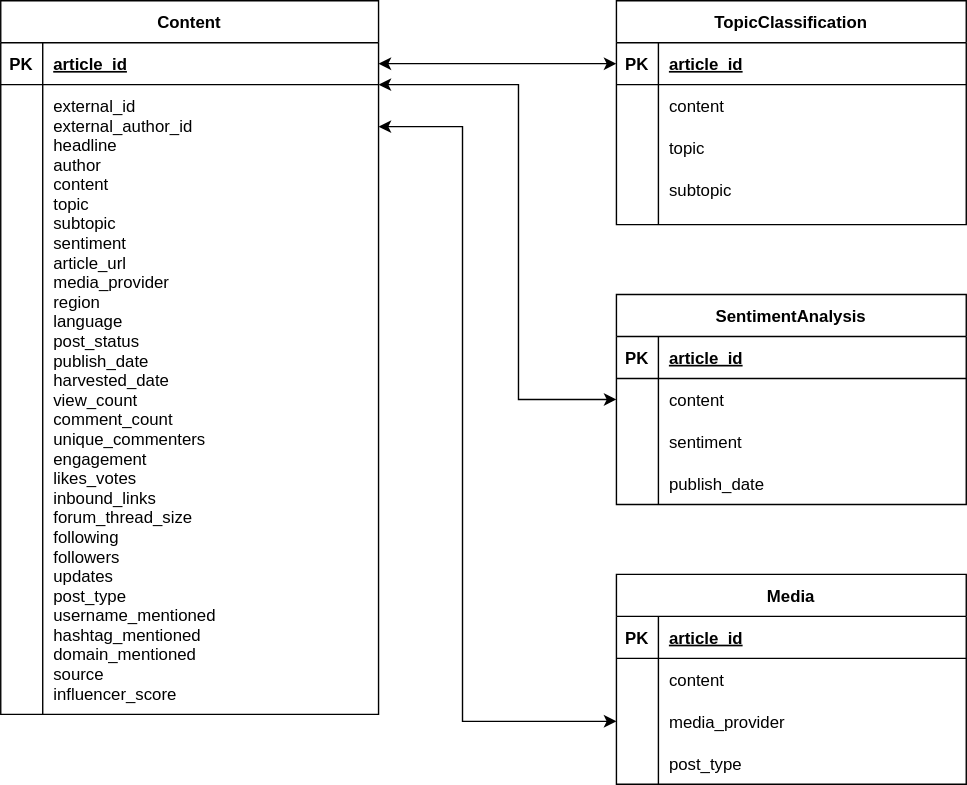
Above: db.svg in nadiaasrin/neddo (draw.io), before the change. Source tidied: cells renumbered, new cells last; positions are measured from the earlier drawing's top-left corner, leaving out a move shared by most shapes.
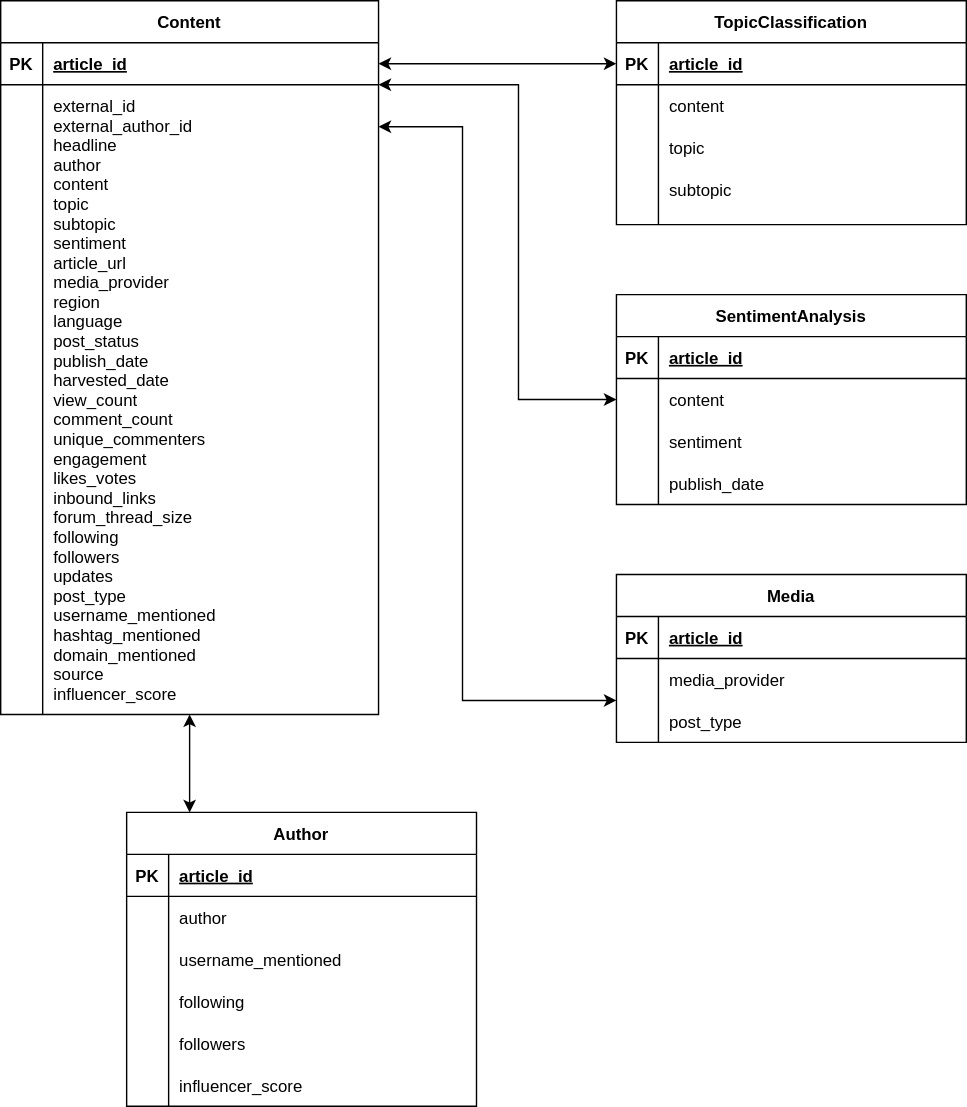
The same file after the commit.

What changed in the source:
```diff
@@ -62,6 +62,11 @@
     <mxCell id="21" value="sentiment" style="shape=partialRectangle;overflow=hidden;fillColor=none;top=0;left=0;bottom=0;right=0;align=left;spacingLeft=6;" parent="19" vertex="1">
       <mxGeometry x="30" width="220" height="30" as="geometry" />
     </mxCell>
+    <mxCell id="46" style="edgeStyle=orthogonalEdgeStyle;rounded=0;jettySize=auto;html=1;startArrow=classic;startFill=1;" parent="1" edge="1" source="22">
+      <mxGeometry relative="1" as="geometry">
+        <mxPoint x="135" y="580" as="targetPoint" />
+      </mxGeometry>
+    </mxCell>
     <mxCell id="22" value="Content" style="shape=table;startSize=30;rowLines=0;fontStyle=1;align=center;" parent="1" vertex="1">
       <mxGeometry width="270" height="510" as="geometry" />
     </mxCell>
@@ -98,7 +103,7 @@
       <mxGeometry relative="1" as="geometry" />
     </mxCell>
     <mxCell id="32" value="Media" style="shape=table;startSize=30;rowLines=0;fontStyle=1;align=center;" parent="1" vertex="1">
-      <mxGeometry x="440" y="410" width="250" height="150" as="geometry" />
+      <mxGeometry x="440" y="410" width="250" height="120" as="geometry" />
     </mxCell>
     <mxCell id="33" style="shape=partialRectangle;fillColor=none;top=0;left=0;right=0;bottom=1;" parent="32" vertex="1">
       <mxGeometry y="30" width="250" height="30" as="geometry" />
@@ -115,7 +120,7 @@
     <mxCell id="37" style="shape=partialRectangle;overflow=hidden;fillColor=none;top=0;left=0;bottom=0;right=0;" parent="36" vertex="1">
       <mxGeometry width="30" height="30" as="geometry" />
     </mxCell>
-    <mxCell id="38" value="content" style="shape=partialRectangle;overflow=hidden;fillColor=none;top=0;left=0;bottom=0;right=0;align=left;spacingLeft=6;" parent="36" vertex="1">
+    <mxCell id="38" value="media_provider" style="shape=partialRectangle;overflow=hidden;fillColor=none;top=0;left=0;bottom=0;right=0;align=left;spacingLeft=6;" parent="36" vertex="1">
       <mxGeometry x="30" width="220" height="30" as="geometry" />
     </mxCell>
     <mxCell id="39" style="shape=partialRectangle;fillColor=none;points=[[0,0.5],[1,0.5]];portConstraint=eastwest;top=0;left=0;right=0;bottom=0;" parent="32" vertex="1">
@@ -124,15 +129,12 @@
     <mxCell id="40" style="shape=partialRectangle;overflow=hidden;fillColor=none;top=0;left=0;bottom=0;right=0;" parent="39" vertex="1">
       <mxGeometry width="30" height="30" as="geometry" />
     </mxCell>
-    <mxCell id="41" value="media_provider" style="shape=partialRectangle;overflow=hidden;fillColor=none;top=0;left=0;bottom=0;right=0;align=left;spacingLeft=6;" parent="39" vertex="1">
+    <mxCell id="41" value="post_type" style="shape=partialRectangle;overflow=hidden;fillColor=none;top=0;left=0;bottom=0;right=0;align=left;spacingLeft=6;" parent="39" vertex="1">
       <mxGeometry x="30" width="220" height="30" as="geometry" />
     </mxCell>
     <mxCell id="42" value="subtopic" style="shape=partialRectangle;overflow=hidden;fillColor=none;top=0;left=0;bottom=0;right=0;align=left;spacingLeft=6;" parent="1" vertex="1">
       <mxGeometry x="470" y="120" width="220" height="30" as="geometry" />
     </mxCell>
-    <mxCell id="43" value="post_type" style="shape=partialRectangle;overflow=hidden;fillColor=none;top=0;left=0;bottom=0;right=0;align=left;spacingLeft=6;" parent="1" vertex="1">
-      <mxGeometry x="470" y="530" width="220" height="30" as="geometry" />
-    </mxCell>
     <mxCell id="44" value="publish_date" style="shape=partialRectangle;overflow=hidden;fillColor=none;top=0;left=0;bottom=0;right=0;align=left;spacingLeft=6;" parent="1" vertex="1">
       <mxGeometry x="470" y="330" width="220" height="30" as="geometry" />
     </mxCell>
@@ -141,9 +143,66 @@
         <mxPoint x="270" y="90" as="sourcePoint" />
         <Array as="points">
           <mxPoint x="330" y="90" />
-          <mxPoint x="330" y="515" />
+          <mxPoint x="330" y="500" />
         </Array>
       </mxGeometry>
     </mxCell>
+    <mxCell id="47" value="Author" style="shape=table;startSize=30;rowLines=0;fontStyle=1;align=center;" parent="1" vertex="1">
+      <mxGeometry x="90" y="580" width="250" height="210" as="geometry" />
+    </mxCell>
+    <mxCell id="48" style="shape=partialRectangle;fillColor=none;top=0;left=0;right=0;bottom=1;" parent="47" vertex="1">
+      <mxGeometry y="30" width="250" height="30" as="geometry" />
+    </mxCell>
+    <mxCell id="49" value="PK" style="shape=partialRectangle;overflow=hidden;fillColor=none;top=0;left=0;bottom=0;right=0;fontStyle=1;" parent="48" vertex="1">
+      <mxGeometry width="30" height="30" as="geometry" />
+    </mxCell>
+    <mxCell id="50" value="article_id" style="shape=partialRectangle;overflow=hidden;fillColor=none;top=0;left=0;bottom=0;right=0;align=left;spacingLeft=6;fontStyle=5;" parent="48" vertex="1">
+      <mxGeometry x="30" width="220" height="30" as="geometry" />
+    </mxCell>
+    <mxCell id="51" style="shape=partialRectangle;fillColor=none;top=0;left=0;right=0;bottom=0;" parent="47" vertex="1">
+      <mxGeometry y="60" width="250" height="30" as="geometry" />
+    </mxCell>
+    <mxCell id="52" style="shape=partialRectangle;overflow=hidden;fillColor=none;top=0;left=0;bottom=0;right=0;" parent="51" vertex="1">
+      <mxGeometry width="30" height="30" as="geometry" />
+    </mxCell>
+    <mxCell id="53" value="author" style="shape=partialRectangle;overflow=hidden;fillColor=none;top=0;left=0;bottom=0;right=0;align=left;spacingLeft=6;" parent="51" vertex="1">
+      <mxGeometry x="30" width="220" height="30" as="geometry" />
+    </mxCell>
+    <mxCell id="54" style="shape=partialRectangle;fillColor=none;top=0;left=0;right=0;bottom=0;" parent="47" vertex="1">
+      <mxGeometry y="90" width="250" height="30" as="geometry" />
+    </mxCell>
+    <mxCell id="55" style="shape=partialRectangle;overflow=hidden;fillColor=none;top=0;left=0;bottom=0;right=0;" parent="54" vertex="1">
+      <mxGeometry width="30" height="30" as="geometry" />
+    </mxCell>
+    <mxCell id="56" value="username_mentioned" style="shape=partialRectangle;overflow=hidden;fillColor=none;top=0;left=0;bottom=0;right=0;align=left;spacingLeft=6;" parent="54" vertex="1">
+      <mxGeometry x="30" width="220" height="30" as="geometry" />
+    </mxCell>
+    <mxCell id="57" style="shape=partialRectangle;fillColor=none;top=0;left=0;right=0;bottom=0;" parent="1" vertex="1">
+      <mxGeometry x="90" y="700" width="250" height="30" as="geometry" />
+    </mxCell>
+    <mxCell id="58" style="shape=partialRectangle;overflow=hidden;fillColor=none;top=0;left=0;bottom=0;right=0;" parent="57" vertex="1">
+      <mxGeometry width="30" height="30" as="geometry" />
+    </mxCell>
+    <mxCell id="59" value="following" style="shape=partialRectangle;overflow=hidden;fillColor=none;top=0;left=0;bottom=0;right=0;align=left;spacingLeft=6;" parent="57" vertex="1">
+      <mxGeometry x="30" width="220" height="30" as="geometry" />
+    </mxCell>
+    <mxCell id="60" style="shape=partialRectangle;fillColor=none;top=0;left=0;right=0;bottom=0;" parent="1" vertex="1">
+      <mxGeometry x="90" y="730" width="250" height="30" as="geometry" />
+    </mxCell>
+    <mxCell id="61" style="shape=partialRectangle;overflow=hidden;fillColor=none;top=0;left=0;bottom=0;right=0;" parent="60" vertex="1">
+      <mxGeometry width="30" height="30" as="geometry" />
+    </mxCell>
+    <mxCell id="62" value="followers" style="shape=partialRectangle;overflow=hidden;fillColor=none;top=0;left=0;bottom=0;right=0;align=left;spacingLeft=6;" parent="60" vertex="1">
+      <mxGeometry x="30" width="220" height="30" as="geometry" />
+    </mxCell>
+    <mxCell id="63" style="shape=partialRectangle;fillColor=none;top=0;left=0;right=0;bottom=0;" parent="1" vertex="1">
+      <mxGeometry x="90" y="760" width="250" height="30" as="geometry" />
+    </mxCell>
+    <mxCell id="64" style="shape=partialRectangle;overflow=hidden;fillColor=none;top=0;left=0;bottom=0;right=0;" parent="63" vertex="1">
+      <mxGeometry width="30" height="30" as="geometry" />
+    </mxCell>
+    <mxCell id="65" value="influencer_score" style="shape=partialRectangle;overflow=hidden;fillColor=none;top=0;left=0;bottom=0;right=0;align=left;spacingLeft=6;" parent="63" vertex="1">
+      <mxGeometry x="30" width="220" height="30" as="geometry" />
+    </mxCell>
   </root>
 </mxGraphModel>
```
